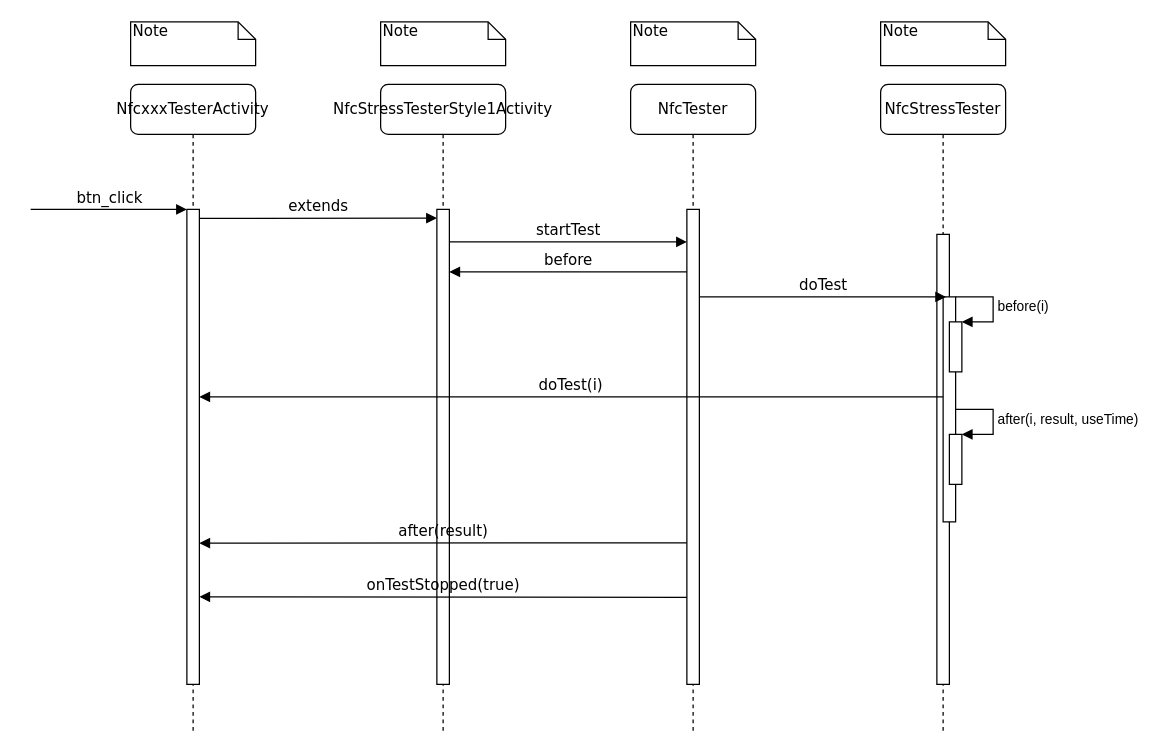
Earlier version of the draw.io diagram Seq-NfcSwitchTester.drawio (SuperSources/draw.io). Source tidied: cells renumbered, new cells numbered last; positions are measured from the earlier drawing's top-left corner, leaving out a move shared by most shapes. Both pictures are drawn from the tidied source at 125%, with x=0, y=0 at pixel (30, 21).
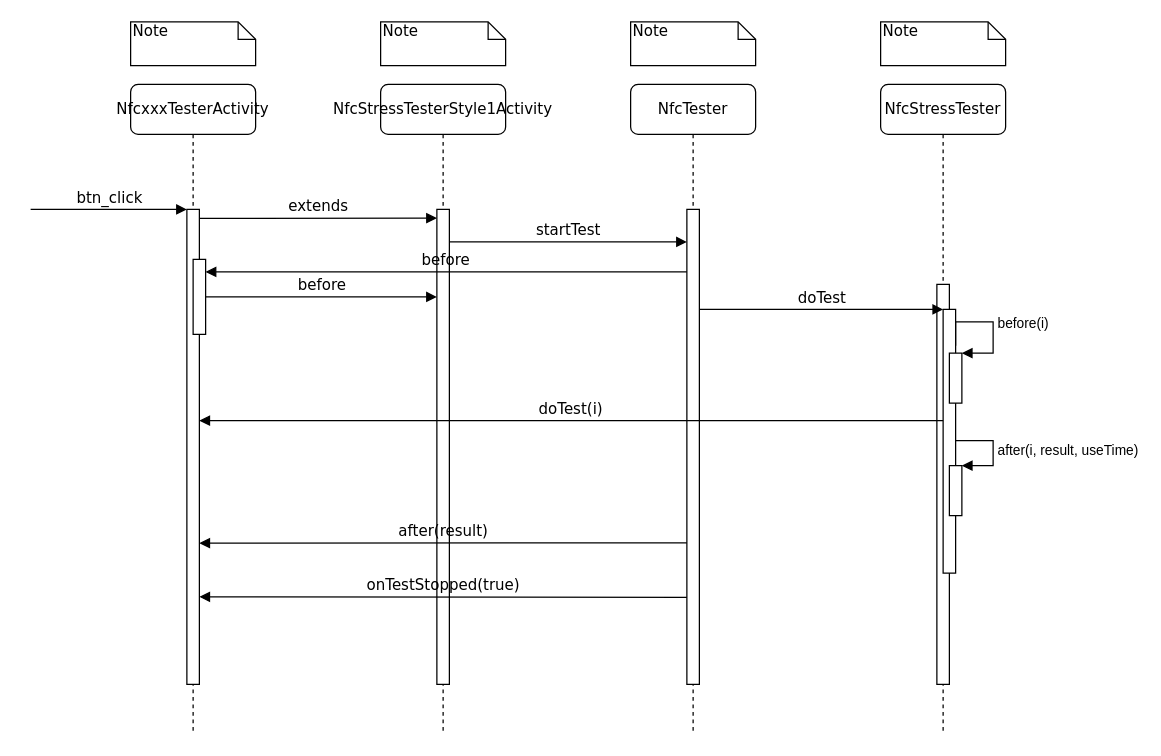
Above is the later version.

The change refers to these unchanged cells:
```xml
<mxCell id="3" style="html=1;points=[];perimeter=orthogonalPerimeter;rounded=0;shadow=0;comic=0;labelBackgroundColor=none;strokeWidth=1;fontFamily=Verdana;fontSize=12;align=center;" parent="2" vertex="1">
  <mxGeometry x="45" y="100" width="10" height="380" as="geometry" />
</mxCell>
<mxCell id="4" value="NfcStressTester" style="shape=umlLifeline;perimeter=lifelinePerimeter;whiteSpace=wrap;html=1;rounded=1;shadow=0;comic=0;labelBackgroundColor=none;strokeWidth=1;fontFamily=Verdana;fontSize=12;align=center;" parent="1" vertex="1">
  <mxGeometry x="680" y="50" width="100" height="520" as="geometry" />
</mxCell>
<mxCell id="11" value="NfcStressTesterStyle1Activity" style="shape=umlLifeline;perimeter=lifelinePerimeter;whiteSpace=wrap;html=1;rounded=1;shadow=0;comic=0;labelBackgroundColor=none;strokeWidth=1;fontFamily=Verdana;fontSize=12;align=center;" parent="1" vertex="1">
  <mxGeometry x="280" y="50" width="100" height="520" as="geometry" />
</mxCell>
<mxCell id="12" style="html=1;points=[];perimeter=orthogonalPerimeter;rounded=0;shadow=0;comic=0;labelBackgroundColor=none;strokeWidth=1;fontFamily=Verdana;fontSize=12;align=center;" parent="11" vertex="1">
  <mxGeometry x="45" y="100" width="10" height="380" as="geometry" />
</mxCell>
<mxCell id="21" value="NfcxxxTesterActivity" style="shape=umlLifeline;perimeter=lifelinePerimeter;whiteSpace=wrap;html=1;rounded=1;shadow=0;comic=0;labelBackgroundColor=none;strokeWidth=1;fontFamily=Verdana;fontSize=12;align=center;" parent="1" vertex="1">
  <mxGeometry x="80" y="50" width="100" height="520" as="geometry" />
</mxCell>
<mxCell id="22" style="html=1;points=[];perimeter=orthogonalPerimeter;rounded=0;shadow=0;comic=0;labelBackgroundColor=none;strokeWidth=1;fontFamily=Verdana;fontSize=12;align=center;" parent="21" vertex="1">
  <mxGeometry x="45" y="100" width="10" height="380" as="geometry" />
</mxCell>
```

What changed in the source:
```diff
@@
     <mxCell id="5" style="html=1;perimeter=orthogonalPerimeter;rounded=0;shadow=0;comic=0;labelBackgroundColor=none;strokeWidth=1;fontFamily=Verdana;fontSize=12;align=center;" parent="4" vertex="1">
-      <mxGeometry x="45" y="120" width="10" height="360" as="geometry" />
+      <mxGeometry x="45" y="160" width="10" height="320" as="geometry" />
     </mxCell>
     <mxCell id="6" style="html=1;points=[];perimeter=orthogonalPerimeter;" parent="4" vertex="1">
-      <mxGeometry x="50" y="170" width="10" height="180" as="geometry" />
+      <mxGeometry x="50" y="180" width="10" height="211" as="geometry" />
     </mxCell>
     <mxCell id="7" style="html=1;points=[];perimeter=orthogonalPerimeter;" parent="4" vertex="1">
-      <mxGeometry x="55" y="190" width="10" height="40" as="geometry" />
+      <mxGeometry x="55" y="215" width="10" height="40" as="geometry" />
     </mxCell>
-    <mxCell id="8" value="before(i)" style="edgeStyle=orthogonalEdgeStyle;html=1;align=left;spacingLeft=2;endArrow=block;rounded=0;entryX=1;entryY=0;" parent="4" edge="1" target="7">
+    <mxCell id="8" value="before(i)" style="edgeStyle=orthogonalEdgeStyle;html=1;align=left;spacingLeft=2;endArrow=block;rounded=0;" parent="4" edge="1" target="7">
       <mxGeometry relative="1" as="geometry">
-        <mxPoint x="60" y="170" as="sourcePoint" />
+        <mxPoint x="60" y="209" as="sourcePoint" />
         <Array as="points">
-          <mxPoint x="90" y="170" />
+          <mxPoint x="60" y="190" />
+          <mxPoint x="90" y="190" />
+          <mxPoint x="90" y="215" />
         </Array>
       </mxGeometry>
     </mxCell>
     <mxCell id="9" style="html=1;points=[];perimeter=orthogonalPerimeter;" parent="4" vertex="1">
-      <mxGeometry x="55" y="280" width="10" height="40" as="geometry" />
+      <mxGeometry x="55" y="305" width="10" height="40" as="geometry" />
     </mxCell>
     <mxCell id="10" value="after(i, result, useTime)" style="edgeStyle=orthogonalEdgeStyle;html=1;align=left;spacingLeft=2;endArrow=block;rounded=0;entryX=1;entryY=0;" parent="4" edge="1" target="9">
       <mxGeometry relative="1" as="geometry">
-        <mxPoint x="60" y="260" as="sourcePoint" />
+        <mxPoint x="60" y="285" as="sourcePoint" />
         <Array as="points">
-          <mxPoint x="90" y="260" />
+          <mxPoint x="90" y="285" />
         </Array>
       </mxGeometry>
     </mxCell>
@@
-    <mxCell id="13" value="before" style="html=1;verticalAlign=bottom;endArrow=block;labelBackgroundColor=none;fontFamily=Verdana;fontSize=12;edgeStyle=elbowEdgeStyle;elbow=vertical;" parent="11" edge="1">
+    <mxCell id="13" value="before" style="html=1;verticalAlign=bottom;endArrow=block;labelBackgroundColor=none;fontFamily=Verdana;fontSize=12;edgeStyle=elbowEdgeStyle;elbow=vertical;" parent="11" edge="1" target="27">
       <mxGeometry relative="1" as="geometry">
         <mxPoint x="245" y="150" as="sourcePoint" />
-        <mxPoint x="55" y="150" as="targetPoint" />
       </mxGeometry>
     </mxCell>
@@
-    <mxCell id="15" value="doTest" style="html=1;verticalAlign=bottom;endArrow=block;labelBackgroundColor=none;fontFamily=Verdana;fontSize=12;edgeStyle=elbowEdgeStyle;elbow=vertical;entryX=0.232;entryY=0.003;entryDx=0;entryDy=0;entryPerimeter=0;" parent="1" edge="1" source="3" target="6">
+    <mxCell id="15" value="doTest" style="html=1;verticalAlign=bottom;endArrow=block;labelBackgroundColor=none;fontFamily=Verdana;fontSize=12;edgeStyle=elbowEdgeStyle;elbow=vertical;" parent="1" edge="1">
       <mxGeometry relative="1" as="geometry">
-        <Array as="points">
-          <mxPoint x="580" y="220" />
-        </Array>
+        <mxPoint x="535" y="230" as="sourcePoint" />
+        <mxPoint x="730" y="229.9" as="targetPoint" />
       </mxGeometry>
     </mxCell>
@@
+    <mxCell id="27" style="html=1;points=[];perimeter=orthogonalPerimeter;" parent="21" vertex="1">
+      <mxGeometry x="50" y="140" width="10" height="60" as="geometry" />
+    </mxCell>
@@
-    <mxCell id="24" value="doTest(i)" style="html=1;verticalAlign=bottom;endArrow=block;labelBackgroundColor=none;fontFamily=Verdana;fontSize=12;edgeStyle=elbowEdgeStyle;elbow=vertical;" parent="1" edge="1" source="6" target="22">
+    <mxCell id="24" value="doTest(i)" style="html=1;verticalAlign=bottom;endArrow=block;labelBackgroundColor=none;fontFamily=Verdana;fontSize=12;edgeStyle=elbowEdgeStyle;elbow=vertical;" parent="1" edge="1">
       <mxGeometry relative="1" as="geometry">
+        <mxPoint x="730" y="319" as="sourcePoint" />
+        <mxPoint x="135" y="319" as="targetPoint" />
         <Array as="points">
-          <mxPoint x="570" y="300" />
-          <mxPoint x="735" y="320" />
-          <mxPoint x="730" y="320" />
+          <mxPoint x="570" y="319" />
+          <mxPoint x="735" y="339" />
+          <mxPoint x="730" y="339" />
         </Array>
       </mxGeometry>
     </mxCell>
@@
+    <mxCell id="28" value="before" style="html=1;verticalAlign=bottom;endArrow=block;labelBackgroundColor=none;fontFamily=Verdana;fontSize=12;edgeStyle=elbowEdgeStyle;elbow=vertical;" parent="1" edge="1" source="27" target="12">
+      <mxGeometry relative="1" as="geometry" />
+    </mxCell>
```
